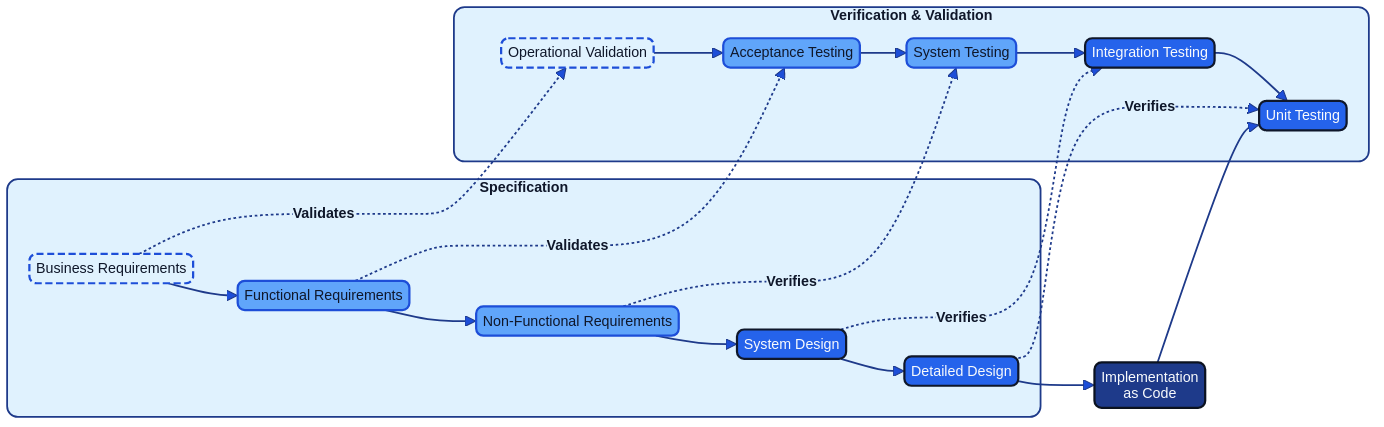
This is docs/images/diagram_02_v_model.png from Geonitab/architecture_as_code, a Mermaid export, as it was before one commit. Its source is kept beside it as docs/images/diagram_02_v_model.mmd.
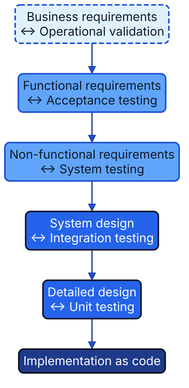
Later version of the same file.

What changed in the source:
```diff
@@ -1,30 +1,8 @@
-flowchart LR
-    subgraph spec["Specification"]
-        direction TB
-        BR["Business Requirements"]:::kv-muted
-        FR["Functional Requirements"]:::kv-highlight
-        NFR["Non-Functional Requirements"]:::kv-highlight
-        SD["System Design"]:::kv-accent
-        DD["Detailed Design"]:::kv-accent
-        BR --> FR --> NFR --> SD --> DD
-    end
-
-    CODE["Implementation\nas Code"]:::kv-primary
-
-    subgraph verif["Verification & Validation"]
-        direction TB
-        OV["Operational Validation"]:::kv-muted
-        AT["Acceptance Testing"]:::kv-highlight
-        ST["System Testing"]:::kv-highlight
-        IT["Integration Testing"]:::kv-accent
-        UT["Unit Testing"]:::kv-accent
-        OV --> AT --> ST --> IT --> UT
-    end
-
-    DD --> CODE --> UT
-
-    BR -. "Validates" .-> OV
-    FR -. "Validates" .-> AT
-    NFR -. "Verifies" .-> ST
-    SD -. "Verifies" .-> IT
-    DD -. "Verifies" .-> UT
+flowchart TB
+    P1["Business requirements<br/>↔ Operational validation"]:::kv-muted
+    P2["Functional requirements<br/>↔ Acceptance testing"]:::kv-highlight
+    P3["Non-functional requirements<br/>↔ System testing"]:::kv-highlight
+    P4["System design<br/>↔ Integration testing"]:::kv-accent
+    P5["Detailed design<br/>↔ Unit testing"]:::kv-accent
+    CODE["Implementation as code"]:::kv-primary
+    P1 --> P2 --> P3 --> P4 --> P5 --> CODE
```
